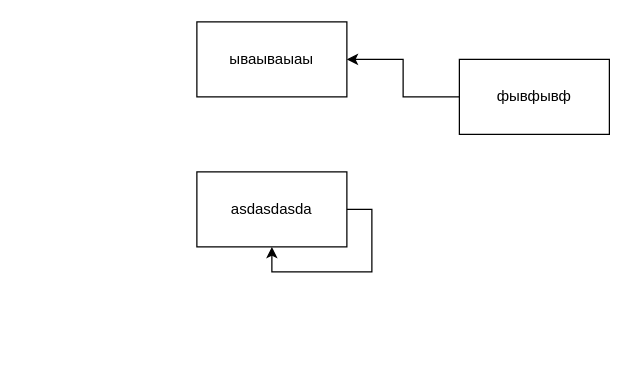
Earlier version of the draw.io diagram src/diagrams/qwe.drawio (bndroll/mdb). Source tidied: cells renumbered, new cells numbered last; positions are measured from the earlier drawing's top-left corner, leaving out a move shared by most shapes. Both pictures are drawn from the tidied source at 125%, with x=0, y=0 at pixel (196, 21).
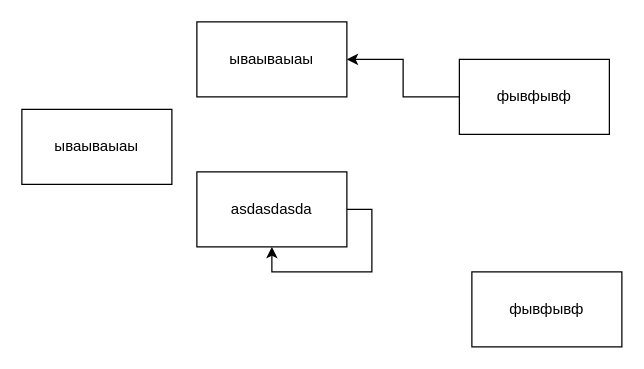
Above is the later version.

What changed in the source:
```diff
@@
 <mxGraphModel>
   <root>
     <mxCell id="0" />
     <mxCell id="1" parent="0" />
     <mxCell id="2" value="asdasdasda" style="rounded=0;whiteSpace=wrap;html=1;" parent="1" vertex="1">
       <mxGeometry y="120" width="120" height="60" as="geometry" />
     </mxCell>
     <mxCell id="3" value="ываываыаы" style="rounded=0;whiteSpace=wrap;html=1;" parent="1" vertex="1">
       <mxGeometry width="120" height="60" as="geometry" />
     </mxCell>
     <mxCell id="4" style="edgeStyle=orthogonalEdgeStyle;rounded=0;orthogonalLoop=1;jettySize=auto;html=1;exitX=1;exitY=0.5;exitDx=0;exitDy=0;entryX=0.5;entryY=1;entryDx=0;entryDy=0;" parent="1" edge="1" source="2" target="2">
       <mxGeometry relative="1" as="geometry" />
     </mxCell>
     <mxCell id="5" style="edgeStyle=orthogonalEdgeStyle;rounded=0;jettySize=auto;html=1;exitX=0;exitY=0.5;exitDx=0;exitDy=0;entryX=1;entryY=0.5;entryDx=0;entryDy=0;" parent="1" edge="1" source="6" target="3">
       <mxGeometry relative="1" as="geometry" />
     </mxCell>
     <mxCell id="6" value="фывфывф" style="rounded=0;whiteSpace=wrap;html=1;" parent="1" vertex="1">
       <mxGeometry x="210" y="30" width="120" height="60" as="geometry" />
     </mxCell>
+    <mxCell id="7" value="ываываыаы" style="rounded=0;whiteSpace=wrap;html=1;" parent="1" vertex="1">
+      <mxGeometry x="-140" y="70" width="120" height="60" as="geometry" />
+    </mxCell>
+    <mxCell id="8" value="фывфывф" style="rounded=0;whiteSpace=wrap;html=1;" parent="1" vertex="1">
+      <mxGeometry x="220" y="200" width="120" height="60" as="geometry" />
+    </mxCell>
   </root>
 </mxGraphModel>
```
